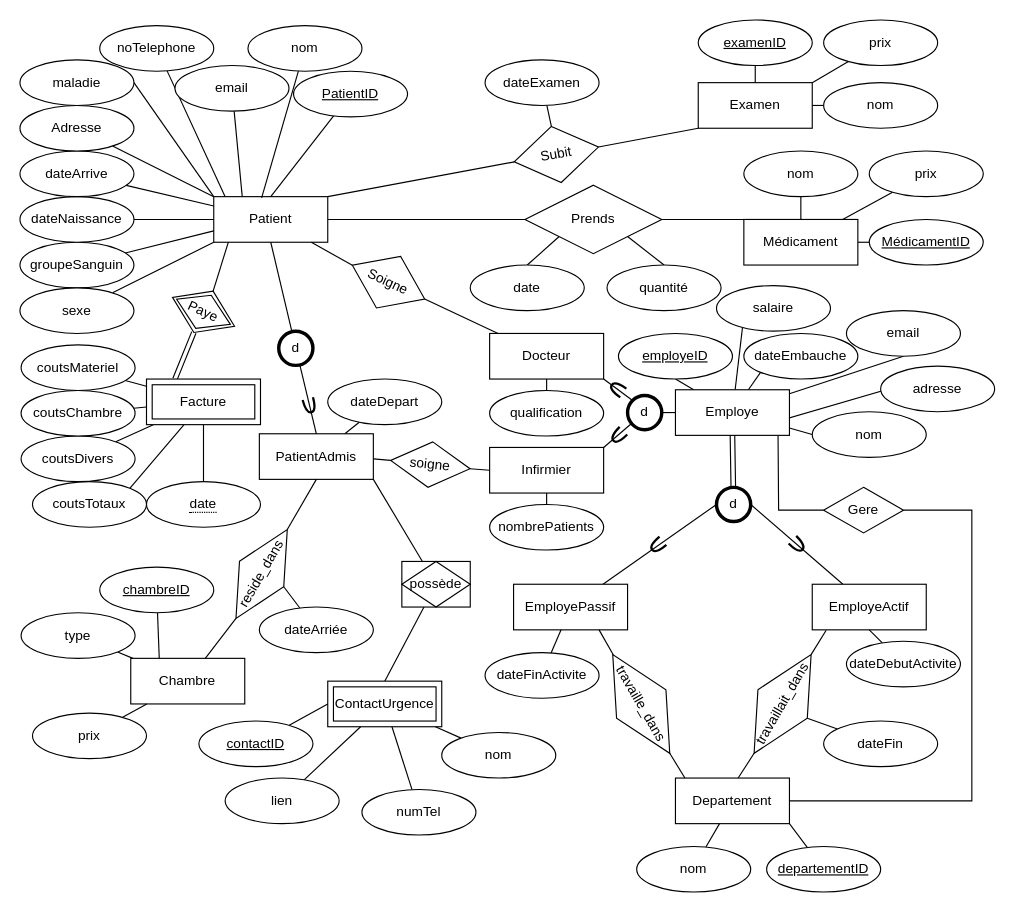
R0ma01/R0ma01 keeps this draw.io diagram as TP2.drawio. Above is the earlier version. Source tidied: cells renumbered, new cells numbered last; positions are measured from the earlier drawing's top-left corner, leaving out a move shared by most shapes. Both pictures are drawn from the tidied source at 114%, with x=0, y=0 at pixel (19, 19).
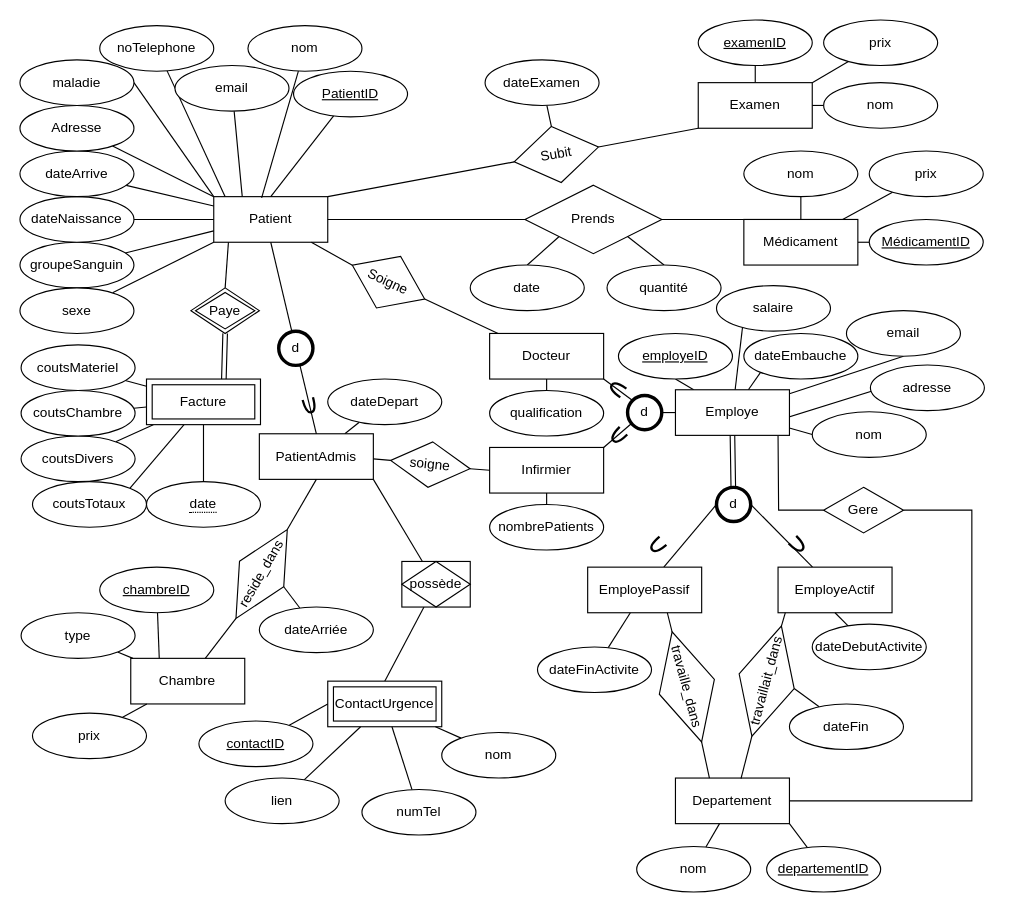
The same diagram, later.

Commit message:
it is lesss ugly

Unchanged cells that the change refers to:
```xml
<mxCell id="56" value="Facture" style="shape=ext;margin=3;double=1;whiteSpace=wrap;html=1;align=center;" parent="1" vertex="1">
  <mxGeometry x="111" y="315" width="100" height="40" as="geometry" />
</mxCell>
<mxCell id="106" value="Departement" style="whiteSpace=wrap;html=1;align=center;strokeWidth=1;" parent="1" vertex="1">
  <mxGeometry x="575" y="665" width="100" height="40" as="geometry" />
</mxCell>
```

The edit, as a diff of the source:
```diff
@@
-    <mxCell id="50" style="edgeStyle=none;shape=link;rounded=0;jettySize=auto;html=1;entryX=0.5;entryY=1;entryDx=0;entryDy=0;endArrow=none;endFill=0;exitX=0.25;exitY=0;exitDx=0;exitDy=0;" parent="1" edge="1" source="56" target="58">
+    <mxCell id="50" style="edgeStyle=none;shape=link;rounded=0;jettySize=auto;html=1;entryX=0.5;entryY=1;entryDx=0;entryDy=0;endArrow=none;endFill=0;exitX=0.678;exitY=0.061;exitDx=0;exitDy=0;exitPerimeter=0;" parent="1" edge="1" source="56" target="58">
       <mxGeometry relative="1" as="geometry" />
     </mxCell>
@@
-    <mxCell id="57" style="edgeStyle=none;rounded=0;jettySize=auto;html=1;endArrow=none;endFill=0;" parent="1" edge="1" target="58">
-      <mxGeometry relative="1" as="geometry">
-        <mxPoint x="157.1" y="240.2" as="sourcePoint" />
-      </mxGeometry>
-    </mxCell>
-    <mxCell id="58" value="Paye" style="shape=rhombus;double=1;perimeter=rhombusPerimeter;whiteSpace=wrap;html=1;align=center;rotation=25;" parent="1" vertex="1">
-      <mxGeometry x="131" y="236" width="60" height="40" as="geometry" />
+    <mxCell id="58" value="Paye" style="shape=rhombus;double=1;perimeter=rhombusPerimeter;whiteSpace=wrap;html=1;align=center;rotation=0;" parent="1" vertex="1">
+      <mxGeometry x="150" y="235" width="60" height="40" as="geometry" />
     </mxCell>
@@
     <mxCell id="97" value="adresse" style="ellipse;whiteSpace=wrap;html=1;align=center;strokeWidth=1;" parent="1" vertex="1">
-      <mxGeometry x="755" y="303.7" width="100" height="40" as="geometry" />
+      <mxGeometry x="746" y="302.7" width="100" height="40" as="geometry" />
     </mxCell>
@@
     <mxCell id="103" value="EmployeActif" style="whiteSpace=wrap;html=1;align=center;strokeWidth=1;" parent="1" vertex="1">
-      <mxGeometry x="695" y="495" width="100" height="40" as="geometry" />
+      <mxGeometry x="665" y="480" width="100" height="40" as="geometry" />
     </mxCell>
@@
     <mxCell id="105" value="EmployePassif" style="whiteSpace=wrap;html=1;align=center;strokeWidth=1;" parent="1" vertex="1">
-      <mxGeometry x="433" y="495" width="100" height="40" as="geometry" />
+      <mxGeometry x="498" y="480" width="100" height="40" as="geometry" />
     </mxCell>
@@
     <mxCell id="111" value="dateDebutActivite" style="ellipse;whiteSpace=wrap;html=1;align=center;strokeWidth=1;" parent="1" vertex="1">
-      <mxGeometry x="725" y="545" width="100" height="40" as="geometry" />
+      <mxGeometry x="695" y="530" width="100" height="40" as="geometry" />
     </mxCell>
@@
     <mxCell id="113" value="dateFinActivite" style="ellipse;whiteSpace=wrap;html=1;align=center;strokeWidth=1;" parent="1" vertex="1">
-      <mxGeometry x="408" y="555" width="100" height="40" as="geometry" />
+      <mxGeometry x="454" y="550" width="100" height="40" as="geometry" />
     </mxCell>
@@
-    <mxCell id="126" style="edgeStyle=none;rounded=0;jettySize=auto;html=1;entryX=0.75;entryY=1;entryDx=0;entryDy=0;endArrow=none;endFill=0;" parent="1" edge="1" source="128" target="105">
+    <mxCell id="126" style="edgeStyle=none;rounded=0;jettySize=auto;html=1;endArrow=none;endFill=0;exitX=0;exitY=0.5;exitDx=0;exitDy=0;entryX=0.699;entryY=1.005;entryDx=0;entryDy=0;entryPerimeter=0;" parent="1" edge="1" source="128" target="105">
       <mxGeometry relative="1" as="geometry" />
     </mxCell>
-    <mxCell id="127" style="edgeStyle=none;rounded=0;jettySize=auto;html=1;entryX=0.083;entryY=-0.001;entryDx=0;entryDy=0;entryPerimeter=0;endArrow=none;endFill=0;exitX=1;exitY=0.5;exitDx=0;exitDy=0;" parent="1" edge="1" source="128" target="106">
+    <mxCell id="127" style="edgeStyle=none;rounded=0;jettySize=auto;html=1;entryX=0.298;entryY=0.001;entryDx=0;entryDy=0;endArrow=none;endFill=0;exitX=1;exitY=0.5;exitDx=0;exitDy=0;entryPerimeter=0;" parent="1" edge="1" source="128" target="106">
       <mxGeometry relative="1" as="geometry" />
     </mxCell>
-    <mxCell id="128" value="travaille_dans" style="shape=rhombus;perimeter=rhombusPerimeter;whiteSpace=wrap;html=1;align=center;strokeWidth=1;rotation=60;" parent="1" vertex="1">
-      <mxGeometry x="495" y="575" width="100" height="50" as="geometry" />
+    <mxCell id="128" value="travaille_dans" style="shape=rhombus;perimeter=rhombusPerimeter;whiteSpace=wrap;html=1;align=center;strokeWidth=1;rotation=75;" parent="1" vertex="1">
+      <mxGeometry x="535" y="560" width="100" height="50" as="geometry" />
     </mxCell>
-    <mxCell id="129" style="edgeStyle=none;rounded=0;jettySize=auto;html=1;endArrow=none;endFill=0;exitX=1;exitY=0.5;exitDx=0;exitDy=0;entryX=0.122;entryY=1.008;entryDx=0;entryDy=0;entryPerimeter=0;" parent="1" edge="1" source="131" target="103">
+    <mxCell id="129" style="edgeStyle=none;rounded=0;jettySize=auto;html=1;entryX=0.064;entryY=0.997;entryDx=0;entryDy=0;endArrow=none;endFill=0;exitX=1;exitY=0.5;exitDx=0;exitDy=0;entryPerimeter=0;" parent="1" edge="1" source="131" target="103">
       <mxGeometry relative="1" as="geometry" />
     </mxCell>
-    <mxCell id="130" style="edgeStyle=none;rounded=0;jettySize=auto;html=1;endArrow=none;endFill=0;exitX=0;exitY=0.5;exitDx=0;exitDy=0;" parent="1" edge="1" source="131">
-      <mxGeometry relative="1" as="geometry">
-        <mxPoint x="630" y="665" as="targetPoint" />
-      </mxGeometry>
-    </mxCell>
+    <mxCell id="154" style="edgeStyle=none;rounded=0;jettySize=auto;html=1;entryX=0.575;entryY=0.012;entryDx=0;entryDy=0;endArrow=none;endFill=0;exitX=0;exitY=0.5;exitDx=0;exitDy=0;entryPerimeter=0;" parent="1" edge="1" source="131" target="106">
+      <mxGeometry relative="1" as="geometry" />
+    </mxCell>
-    <mxCell id="131" value="travaillait_dans" style="shape=rhombus;perimeter=rhombusPerimeter;whiteSpace=wrap;html=1;align=center;strokeWidth=1;rotation=-60;" parent="1" vertex="1">
-      <mxGeometry x="619" y="575" width="100" height="50" as="geometry" />
+    <mxCell id="131" value="travaillait_dans" style="shape=rhombus;perimeter=rhombusPerimeter;whiteSpace=wrap;html=1;align=center;strokeWidth=1;rotation=-75;" parent="1" vertex="1">
+      <mxGeometry x="605" y="555" width="100" height="50" as="geometry" />
     </mxCell>
@@
     <mxCell id="133" value="dateFin" style="ellipse;whiteSpace=wrap;html=1;align=center;strokeWidth=1;" parent="1" vertex="1">
-      <mxGeometry x="705" y="615" width="100" height="40" as="geometry" />
+      <mxGeometry x="675" y="600" width="100" height="40" as="geometry" />
     </mxCell>
```
